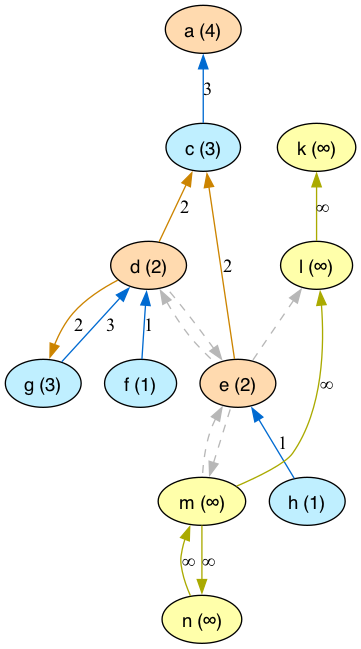
Before: lib/graphs/arg_graph_colored.png, a diagram exported from Graphviz (idaks/Games-and-Argumentation). Its source is kept beside it as lib/graphs/arg_graph_colored.dot.
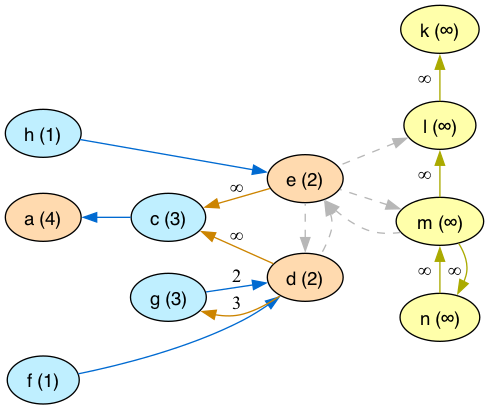
Later version of the same file.

The edit, as a diff of the source:
```diff
@@ -1,4 +1,5 @@
 digraph G {
+  rankdir="LR"
   node [shape=oval style=filled fontname=Helvetica fontsize=14]
   node [fillcolor="#ffdaaf" fontcolor="#000000"]
        a[label="a (4)"]
@@ -14,25 +15,31 @@
        l[label="l (∞)"]
        m[label="m (∞)"]
        n[label="n (∞)"];
-  edge [dir=back, color="#006ad1", style="solid", label="3"]
+  edge [dir=back, color="#006ad1", style="solid"]
         "a" -> "c";
-        "d" -> "g";
+        "d" -> "f";
+        "e" -> "h";
   edge [dir=back, color="#AAAA00", style="solid", label="∞"]
         "k" -> "l";
         "l" -> "m";
         "m" -> "n";
         "n" -> "m";
-  edge [dir=back, color="#cc8400", style="solid", label="2"]
+  edge [dir=back, color="#cc8400", style="solid"]
         "c" -> "d";
         "c" -> "e";
-        "g" -> "d";
   edge [dir=back, color="#b7b7b7", style="dashed", label=" "]
         "l" -> "e";
         "d" -> "e";
         "e" -> "d";
         "e" -> "m";
         "m" -> "e";
-  edge [dir=back, color="#006ad1", style="solid", label="1"]
-        "d" -> "f";
-        "e" -> "h";
+  edge [dir=back, color="#006ad1", style="solid", label="2"]
+        "d" -> "g";
+  edge [dir=back, color="#cc8400", style="solid", label="3"]
+        "g" -> "d";
+
+  {rank = min; f; h}
+  {rank = same; d; e}
+  {rank = same; c; g}
+  {rank = max; k; l; m; n}
 }
```
